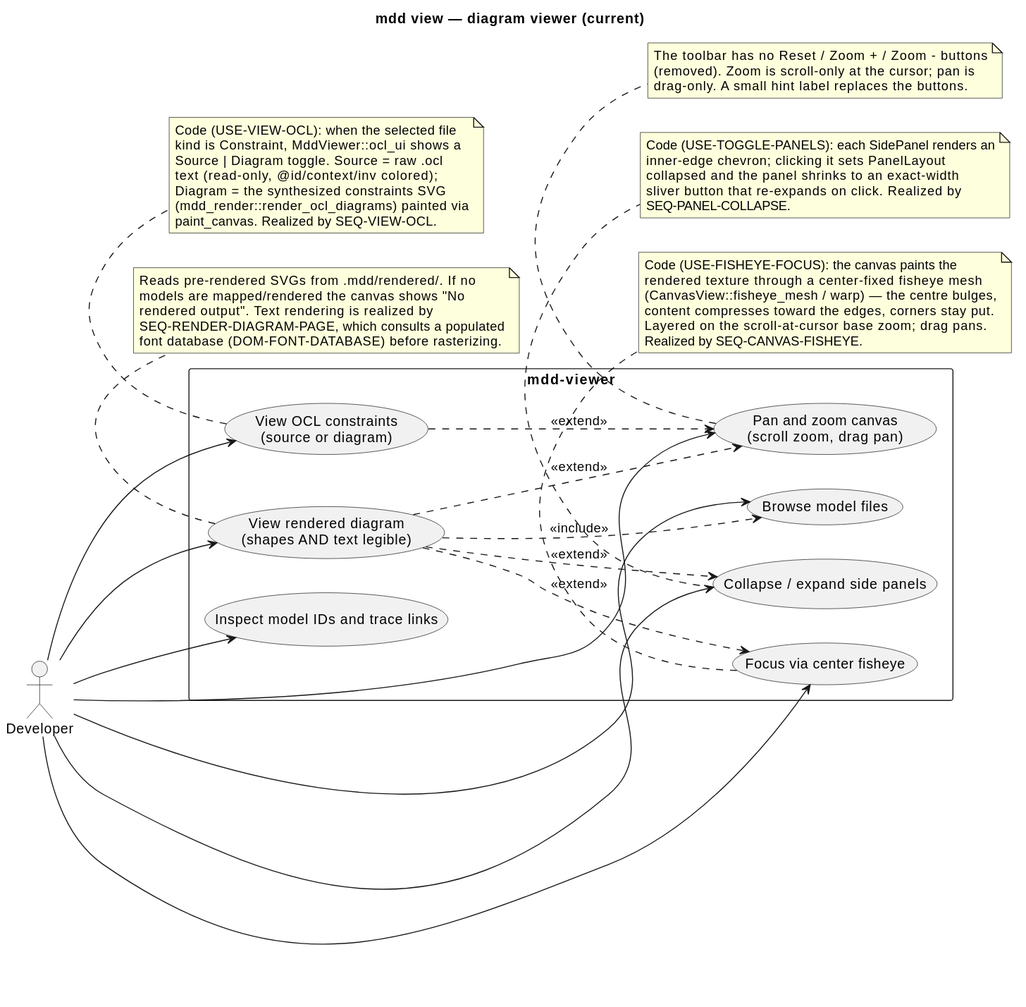
Before: .mdd/rendered/map/use-cases/diagram-viewer.svg, a diagram exported from PlantUML (cthadeufaria/model-driven-development). Its diagram source:
```plantuml
@startuml
title mdd view — diagram viewer (current)

left to right direction

actor "Developer" as Dev

rectangle "mdd-viewer" {
  usecase "View rendered diagram\n(shapes AND text legible)" as View
  usecase "Browse model files" as Browse
  usecase "Pan and zoom canvas\n(scroll zoom, drag pan)" as PanZoom
  usecase "Focus via center fisheye" as Fisheye
  usecase "Collapse / expand side panels" as Panels
  usecase "Inspect model IDs and trace links" as Trace
  usecase "View OCL constraints\n(source or diagram)" as ViewOcl
}

Dev --> View
Dev --> Browse
Dev --> PanZoom
Dev --> Fisheye
Dev --> Panels
Dev --> Trace
Dev --> ViewOcl

View ..> Browse : <<include>>
View ..> PanZoom : <<extend>>
View ..> Fisheye : <<extend>>
View ..> Panels : <<extend>>
ViewOcl ..> PanZoom : <<extend>>

note bottom of ViewOcl
  Code (USE-VIEW-OCL): when the selected file
  kind is Constraint, MddViewer::ocl_ui shows a
  Source | Diagram toggle. Source = raw .ocl
  text (read-only, @id/context/inv colored);
  Diagram = the synthesized constraints SVG
  (mdd_render::render_ocl_diagrams) painted via
  paint_canvas. Realized by SEQ-VIEW-OCL.
end note

note bottom of Fisheye
  Code (USE-FISHEYE-FOCUS): the canvas paints the
  rendered texture through a center-fixed fisheye mesh
  (CanvasView::fisheye_mesh / warp) — the centre bulges,
  content compresses toward the edges, corners stay put.
  Layered on the scroll-at-cursor base zoom; drag pans.
  Realized by SEQ-CANVAS-FISHEYE.
end note

note bottom of PanZoom
  The toolbar has no Reset / Zoom + / Zoom - buttons
  (removed). Zoom is scroll-only at the cursor; pan is
  drag-only. A small hint label replaces the buttons.
end note

note bottom of Panels
  Code (USE-TOGGLE-PANELS): each SidePanel renders an
  inner-edge chevron; clicking it sets PanelLayout
  collapsed and the panel shrinks to an exact-width
  sliver button that re-expands on click. Realized by
  SEQ-PANEL-COLLAPSE.
end note

note bottom of View
  Reads pre-rendered SVGs from .mdd/rendered/. If no
  models are mapped/rendered the canvas shows "No
  rendered output". Text rendering is realized by
  SEQ-RENDER-DIAGRAM-PAGE, which consults a populated
  font database (DOM-FONT-DATABASE) before rasterizing.
end note
@enduml
```
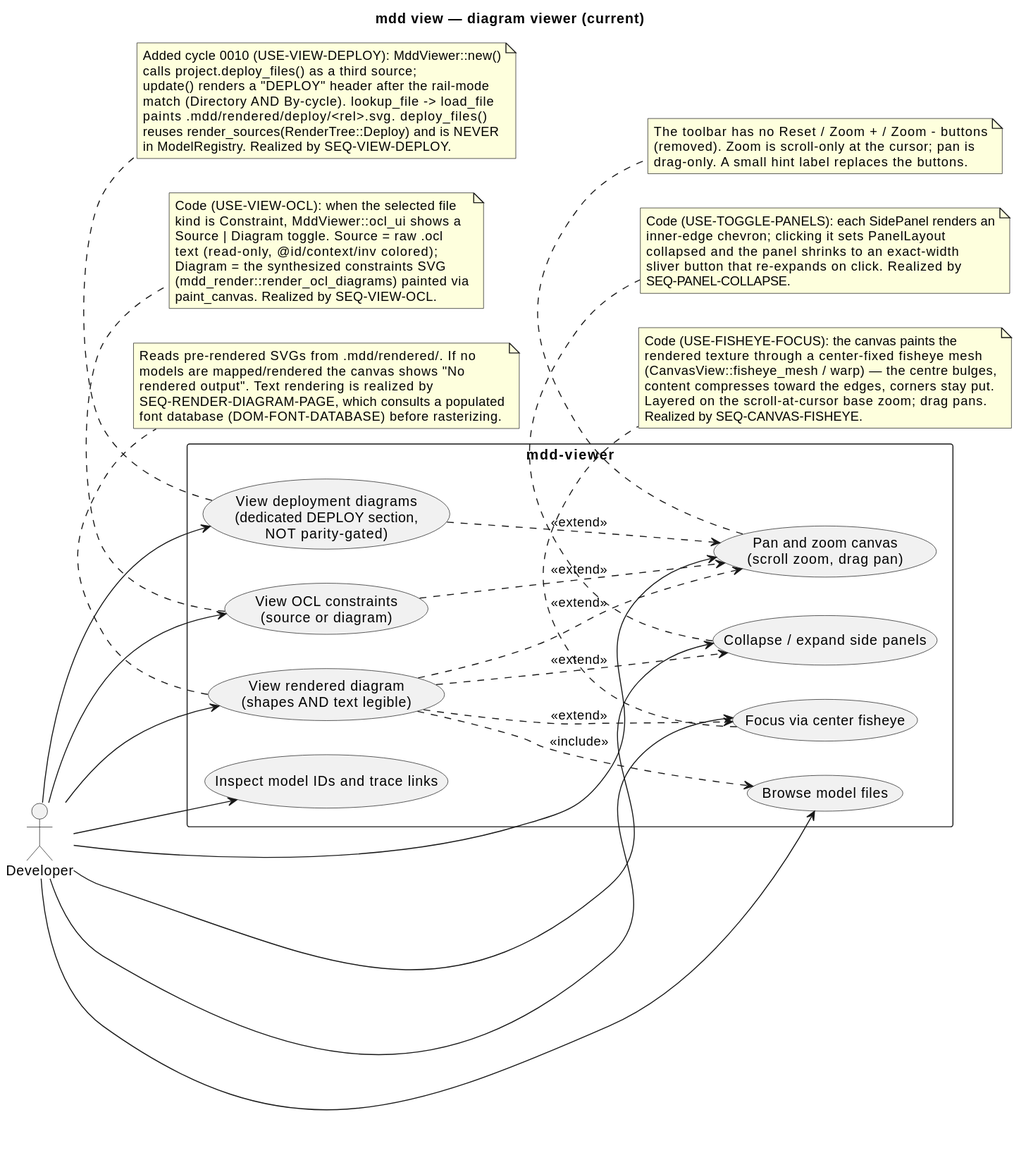
Above is the later version.

Diff of the diagram source:
```diff
@@ -13,6 +13,7 @@
   usecase "Collapse / expand side panels" as Panels
   usecase "Inspect model IDs and trace links" as Trace
   usecase "View OCL constraints\n(source or diagram)" as ViewOcl
+  usecase "View deployment diagrams\n(dedicated DEPLOY section,\nNOT parity-gated)" as ViewDeploy
 }
 
 Dev --> View
@@ -22,12 +23,14 @@
 Dev --> Panels
 Dev --> Trace
 Dev --> ViewOcl
+Dev --> ViewDeploy
 
 View ..> Browse : <<include>>
 View ..> PanZoom : <<extend>>
 View ..> Fisheye : <<extend>>
 View ..> Panels : <<extend>>
 ViewOcl ..> PanZoom : <<extend>>
+ViewDeploy ..> PanZoom : <<extend>>
 
 note bottom of ViewOcl
   Code (USE-VIEW-OCL): when the selected file
@@ -69,4 +72,14 @@
   SEQ-RENDER-DIAGRAM-PAGE, which consults a populated
   font database (DOM-FONT-DATABASE) before rasterizing.
 end note
+
+note bottom of ViewDeploy
+  Added cycle 0010 (USE-VIEW-DEPLOY): MddViewer::new()
+  calls project.deploy_files() as a third source;
+  update() renders a "DEPLOY" header after the rail-mode
+  match (Directory AND By-cycle). lookup_file -> load_file
+  paints .mdd/rendered/deploy/<rel>.svg. deploy_files()
+  reuses render_sources(RenderTree::Deploy) and is NEVER
+  in ModelRegistry. Realized by SEQ-VIEW-DEPLOY.
+end note
 @enduml
```
